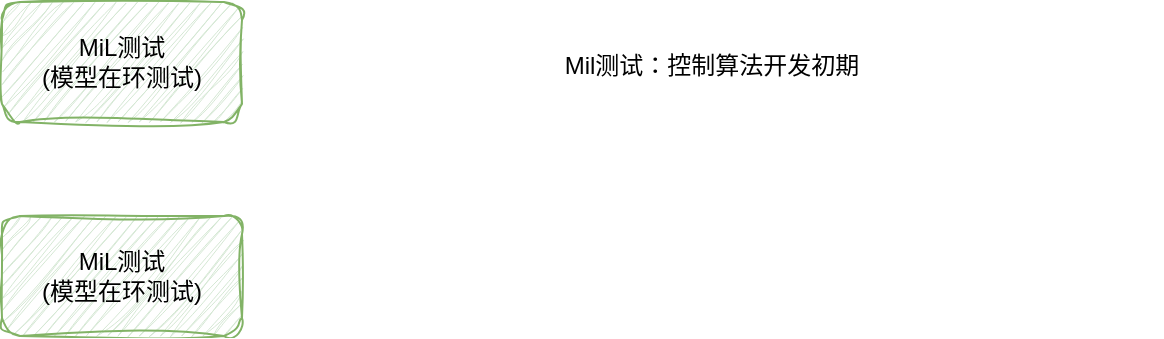
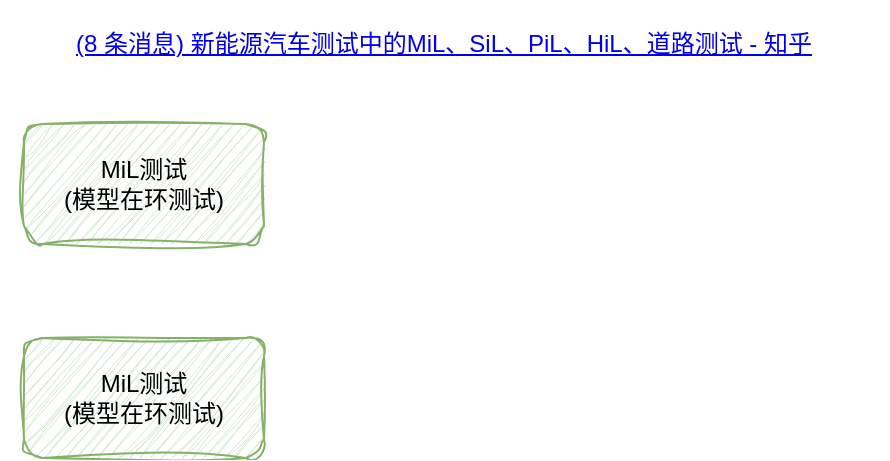
<mxfile host="app.diagrams.net">
  <diagram name="第 1 页" id="SPJzrtFJ2h2y-7jRp7m4">
-     <mxGraphModel dx="628" dy="949" grid="0" gridSize="10" guides="1" tooltips="1" connect="1" arrows="1" fold="1" page="1" pageScale="1" pageWidth="827" pageHeight="1169" math="0" shadow="0">
+     <mxGraphModel dx="754" dy="1139" grid="0" gridSize="10" guides="1" tooltips="1" connect="1" arrows="1" fold="1" page="1" pageScale="1" pageWidth="827" pageHeight="1169" math="0" shadow="0">
      <root>
        <mxCell id="0" />
        <mxCell id="1" parent="0" />
        <mxCell id="mNEA2bSVfQqrhph_DYo6-2" parent="1" style="rounded=1;whiteSpace=wrap;html=1;sketch=1;curveFitting=1;jiggle=2;fillColor=#d5e8d4;strokeColor=#82b366;" value="MiL测试&lt;div&gt;(模型在环测试)&lt;/div&gt;" vertex="1">
          <mxGeometry height="60" width="120" x="41" y="240" as="geometry" />
        </mxCell>
        <mxCell id="mNEA2bSVfQqrhph_DYo6-3" parent="1" style="rounded=1;whiteSpace=wrap;html=1;sketch=1;curveFitting=1;jiggle=2;fillColor=#d5e8d4;strokeColor=#82b366;" value="MiL测试&lt;div&gt;(模型在环测试)&lt;/div&gt;" vertex="1">
          <mxGeometry height="60" width="120" x="41" y="347" as="geometry" />
        </mxCell>
-         <mxCell id="mNEA2bSVfQqrhph_DYo6-4" parent="1" style="text;html=1;whiteSpace=wrap;strokeColor=none;fillColor=none;align=center;verticalAlign=middle;rounded=0;fontFamily=Helvetica;fontSize=12;fontColor=default;" value="Mil测试：控制算法开发初期" vertex="1">
-           <mxGeometry height="37" width="450" x="171" y="253" as="geometry" />
-         </mxCell>
+         <UserObject label="&#xa;&lt;a href=&quot;https://zhuanlan.zhihu.com/p/1903753229029839860&quot;&gt;(8 条消息) 新能源汽车测试中的MiL、SiL、PiL、HiL、道路测试 - 知乎&lt;/a&gt;&#xa;&#xa;" link="&#xa;&lt;a href=&quot;https://zhuanlan.zhihu.com/p/1903753229029839860&quot;&gt;(8 条消息) 新能源汽车测试中的MiL、SiL、PiL、HiL、道路测试 - 知乎&lt;/a&gt;&#xa;&#xa;" id="-b37v0VHe5EqFnSivpbF-1">
+           <mxCell parent="1" style="text;html=1;whiteSpace=wrap;strokeColor=none;fillColor=none;align=center;verticalAlign=middle;rounded=0;fontFamily=Helvetica;fontSize=12;fontColor=default;" vertex="1">
+             <mxGeometry height="6" width="444" x="29" y="204" as="geometry" />
+           </mxCell>
+         </UserObject>
      </root>
    </mxGraphModel>
  </diagram>
</mxfile>
